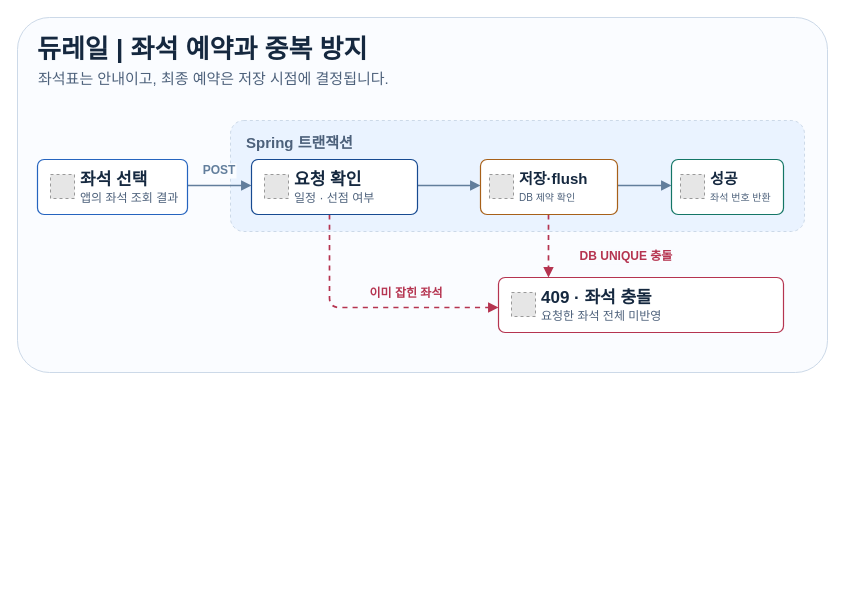
Above: docs/portfolio-readme/assets/readme/korail-reservation.drawio in SOPT-all/38-COLLABORATION-SERVER-KORAILTALK (draw.io), before the change. Source tidied: cells renumbered, new cells numbered last; positions are measured from the earlier drawing's top-left corner, leaving out a move shared by most shapes. Both pictures are drawn from the tidied source at 100%, with x=0, y=0 at pixel (17, 17). Pictures stored in the file or linked from it are replaced by grey dashed boxes.
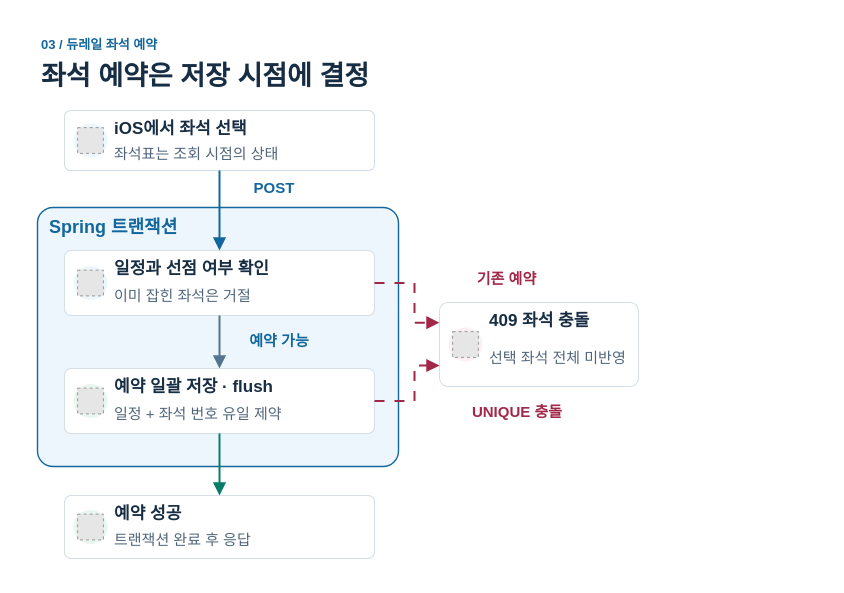
The same page after the edit.

What changed in the source:
```diff
@@
-<mxGraphModel>
+<mxGraphModel background="#FFFFFF">
@@
-    <mxCell id="2" style="rounded=1;arcSize=9;fillColor=#FAFCFF;strokeColor=#CCD9E8;" parent="1" vertex="1">
-      <mxGeometry width="810" height="355" as="geometry" />
-    </mxCell>
-    <mxCell id="3" value="듀레일 | 좌석 예약과 중복 방지" style="text;html=0;align=left;verticalAlign=middle;spacing=0;fontFamily=Apple SD Gothic Neo;fontSize=26;fontStyle=1;fontColor=#15283F;strokeColor=none;fillColor=none;" parent="1" vertex="1">
-      <mxGeometry x="20" y="12" width="770" height="34" as="geometry" />
-    </mxCell>
-    <mxCell id="4" value="좌석표는 안내이고, 최종 예약은 저장 시점에 결정됩니다." style="text;html=0;align=left;verticalAlign=middle;spacing=0;fontFamily=Apple SD Gothic Neo;fontSize=15;fontStyle=0;fontColor=#4D617B;strokeColor=none;fillColor=none;" parent="1" vertex="1">
-      <mxGeometry x="21" y="45" width="768" height="30" as="geometry" />
-    </mxCell>
+    <mxCell id="34" style="shape=rectangle;fillColor=#FFFFFF;strokeColor=none;" parent="1" vertex="1">
+      <mxGeometry width="640" height="559" as="geometry" />
+    </mxCell>
+    <mxCell id="35" value="03  /  듀레일 좌석 예약" style="text;html=0;align=left;verticalAlign=middle;spacing=0;fontFamily=Apple SD Gothic Neo;fontSize=13;fontColor=#14679D;fontStyle=1;fillColor=none;strokeColor=none;whiteSpace=wrap;overflow=visible;" parent="1" vertex="1">
+      <mxGeometry x="24" y="17" width="592" height="20" as="geometry" />
+    </mxCell>
+    <mxCell id="36" value="좌석 예약은 저장 시점에 결정" style="text;html=0;align=left;verticalAlign=middle;spacing=0;fontFamily=Apple SD Gothic Neo;fontSize=27;fontColor=#172D44;fontStyle=1;fillColor=none;strokeColor=none;whiteSpace=wrap;overflow=visible;" parent="1" vertex="1">
+      <mxGeometry x="24" y="41" width="592" height="36" as="geometry" />
+    </mxCell>
+    <mxCell id="37" style="rounded=1;arcSize=10;fillColor=#FFFFFF;strokeColor=#D4DFE7;strokeWidth=1.1;" parent="1" vertex="1">
+      <mxGeometry x="47" y="93" width="310" height="60" as="geometry" />
+    </mxCell>
+    <mxCell id="38" style="ellipse;fillColor=#EDF6FC;strokeColor=none;" parent="1" vertex="1">
+      <mxGeometry x="56" y="106" width="34" height="34" as="geometry" />
+    </mxCell>
+    <mxCell id="39" style="fillColor=#E6E6E6;strokeColor=#999999;dashed=1;" parent="1" vertex="1">
+      <mxGeometry x="60.1" y="110.1" width="25.8" height="25.8" as="geometry" />
+    </mxCell>
+    <mxCell id="40" value="iOS에서 좌석 선택" style="text;html=0;align=left;verticalAlign=middle;spacing=0;fontFamily=Apple SD Gothic Neo;fontSize=17;fontColor=#172D44;fontStyle=1;fillColor=none;strokeColor=none;whiteSpace=wrap;overflow=visible;" parent="1" vertex="1">
+      <mxGeometry x="97" y="100" width="256" height="23" as="geometry" />
+    </mxCell>
+    <mxCell id="41" value="좌석표는 조회 시점의 상태" style="text;html=0;align=left;verticalAlign=middle;spacing=0;fontFamily=Apple SD Gothic Neo;fontSize=15;fontColor=#50657B;fontStyle=0;fillColor=none;strokeColor=none;whiteSpace=wrap;overflow=visible;" parent="1" vertex="1">
+      <mxGeometry x="97" y="122" width="256" height="27" as="geometry" />
+    </mxCell>
-    <mxCell id="5" value="Spring 트랜잭션" style="rounded=1;arcSize=12;dashed=1;fillColor=#EAF3FF;strokeColor=#CCD9E8;fontColor=#4D617B;align=left;verticalAlign=top;spacingLeft=14;spacingTop=7;fontSize=15;fontStyle=1;" parent="1" vertex="1">
-      <mxGeometry x="213" y="103" width="574" height="111" as="geometry" />
+    <mxCell id="5" style="rounded=1;arcSize=6;strokeWidth=1.4;strokeColor=#14679D;fillColor=#EDF6FC;dashed=0;" parent="1" vertex="1">
+      <mxGeometry x="20" y="190" width="361" height="259" as="geometry" />
     </mxCell>
-    <mxCell id="6" style="edgeStyle=segmentEdgeStyle;endArrow=block;endFill=1;rounded=1;strokeWidth=1.7;strokeColor=#627E9C;dashed=0;exitX=1.0000;exitY=0.4727;entryX=0.0000;entryY=0.4727;exitPerimeter=0;entryPerimeter=0;" parent="1" edge="1" source="14" target="18">
-      <mxGeometry relative="1" as="geometry" />
-    </mxCell>
+    <mxCell id="42" value="Spring 트랜잭션" style="text;html=0;align=left;verticalAlign=middle;spacing=0;fontFamily=Apple SD Gothic Neo;fontSize=18;fontColor=#14679D;fontStyle=1;fillColor=none;strokeColor=none;whiteSpace=wrap;overflow=visible;" parent="1" vertex="1">
+      <mxGeometry x="32" y="198" width="337" height="23" as="geometry" />
+    </mxCell>
+    <mxCell id="43" style="rounded=1;arcSize=10;fillColor=#FFFFFF;strokeColor=#D4DFE7;strokeWidth=1.1;" parent="1" vertex="1">
+      <mxGeometry x="47" y="233" width="310" height="65" as="geometry" />
+    </mxCell>
+    <mxCell id="44" style="ellipse;fillColor=#EDF6FC;strokeColor=none;" parent="1" vertex="1">
+      <mxGeometry x="56" y="248.5" width="34" height="34" as="geometry" />
+    </mxCell>
+    <mxCell id="45" style="fillColor=#E6E6E6;strokeColor=#999999;dashed=1;" parent="1" vertex="1">
+      <mxGeometry x="60.1" y="252.6" width="25.8" height="25.8" as="geometry" />
+    </mxCell>
+    <mxCell id="46" value="일정과 선점 여부 확인" style="text;html=0;align=left;verticalAlign=middle;spacing=0;fontFamily=Apple SD Gothic Neo;fontSize=17;fontColor=#172D44;fontStyle=1;fillColor=none;strokeColor=none;whiteSpace=wrap;overflow=visible;" parent="1" vertex="1">
+      <mxGeometry x="97" y="240" width="256" height="23" as="geometry" />
+    </mxCell>
+    <mxCell id="47" value="이미 잡힌 좌석은 거절" style="text;html=0;align=left;verticalAlign=middle;spacing=0;fontFamily=Apple SD Gothic Neo;fontSize=15;fontColor=#50657B;fontStyle=0;fillColor=none;strokeColor=none;whiteSpace=wrap;overflow=visible;" parent="1" vertex="1">
+      <mxGeometry x="97" y="262" width="256" height="32" as="geometry" />
+    </mxCell>
+    <mxCell id="22" style="rounded=1;arcSize=10;fillColor=#FFFFFF;strokeColor=#D4DFE7;strokeWidth=1.1;" parent="1" vertex="1">
+      <mxGeometry x="47" y="351" width="310" height="65" as="geometry" />
+    </mxCell>
+    <mxCell id="48" style="ellipse;fillColor=#E9F6EF;strokeColor=none;" parent="1" vertex="1">
+      <mxGeometry x="56" y="366.5" width="34" height="34" as="geometry" />
+    </mxCell>
+    <mxCell id="49" style="fillColor=#E6E6E6;strokeColor=#999999;dashed=1;" parent="1" vertex="1">
+      <mxGeometry x="60.1" y="370.6" width="25.8" height="25.8" as="geometry" />
+    </mxCell>
+    <mxCell id="50" value="예약 일괄 저장 · flush" style="text;html=0;align=left;verticalAlign=middle;spacing=0;fontFamily=Apple SD Gothic Neo;fontSize=17;fontColor=#172D44;fontStyle=1;fillColor=none;strokeColor=none;whiteSpace=wrap;overflow=visible;" parent="1" vertex="1">
+      <mxGeometry x="97" y="358" width="256" height="23" as="geometry" />
+    </mxCell>
+    <mxCell id="51" value="일정 + 좌석 번호 유일 제약" style="text;html=0;align=left;verticalAlign=middle;spacing=0;fontFamily=Apple SD Gothic Neo;fontSize=15;fontColor=#50657B;fontStyle=0;fillColor=none;strokeColor=none;whiteSpace=wrap;overflow=visible;" parent="1" vertex="1">
+      <mxGeometry x="97" y="380" width="256" height="32" as="geometry" />
+    </mxCell>
+    <mxCell id="52" style="rounded=1;arcSize=10;fillColor=#FFFFFF;strokeColor=#D4DFE7;strokeWidth=1.1;" parent="1" vertex="1">
+      <mxGeometry x="422" y="285" width="199" height="84" as="geometry" />
+    </mxCell>
+    <mxCell id="53" style="ellipse;fillColor=#FCEFF3;strokeColor=none;" parent="1" vertex="1">
+      <mxGeometry x="431" y="310" width="34" height="34" as="geometry" />
+    </mxCell>
+    <mxCell id="54" style="fillColor=#E6E6E6;strokeColor=#999999;dashed=1;" parent="1" vertex="1">
+      <mxGeometry x="435.1" y="314.1" width="25.8" height="25.8" as="geometry" />
+    </mxCell>
+    <mxCell id="55" value="409  좌석 충돌" style="text;html=0;align=left;verticalAlign=middle;spacing=0;fontFamily=Apple SD Gothic Neo;fontSize=17;fontColor=#172D44;fontStyle=1;fillColor=none;strokeColor=none;whiteSpace=wrap;overflow=visible;" parent="1" vertex="1">
+      <mxGeometry x="472" y="292" width="145" height="23" as="geometry" />
+    </mxCell>
+    <mxCell id="56" value="선택 좌석 전체 미반영" style="text;html=0;align=left;verticalAlign=middle;spacing=0;fontFamily=Apple SD Gothic Neo;fontSize=15;fontColor=#50657B;fontStyle=0;fillColor=none;strokeColor=none;whiteSpace=wrap;overflow=visible;" parent="1" vertex="1">
+      <mxGeometry x="472" y="314" width="145" height="51" as="geometry" />
+    </mxCell>
+    <mxCell id="57" style="rounded=1;arcSize=10;fillColor=#FFFFFF;strokeColor=#D4DFE7;strokeWidth=1.1;" parent="1" vertex="1">
+      <mxGeometry x="47" y="478" width="310" height="63" as="geometry" />
+    </mxCell>
+    <mxCell id="58" style="ellipse;fillColor=#E9F6EF;strokeColor=none;" parent="1" vertex="1">
+      <mxGeometry x="56" y="492.5" width="34" height="34" as="geometry" />
+    </mxCell>
+    <mxCell id="59" style="fillColor=#E6E6E6;strokeColor=#999999;dashed=1;" parent="1" vertex="1">
+      <mxGeometry x="60.1" y="496.6" width="25.8" height="25.8" as="geometry" />
+    </mxCell>
+    <mxCell id="60" value="예약 성공" style="text;html=0;align=left;verticalAlign=middle;spacing=0;fontFamily=Apple SD Gothic Neo;fontSize=17;fontColor=#172D44;fontStyle=1;fillColor=none;strokeColor=none;whiteSpace=wrap;overflow=visible;" parent="1" vertex="1">
+      <mxGeometry x="97" y="485" width="256" height="23" as="geometry" />
+    </mxCell>
+    <mxCell id="61" value="트랜잭션 완료 후 응답" style="text;html=0;align=left;verticalAlign=middle;spacing=0;fontFamily=Apple SD Gothic Neo;fontSize=15;fontColor=#50657B;fontStyle=0;fillColor=none;strokeColor=none;whiteSpace=wrap;overflow=visible;" parent="1" vertex="1">
+      <mxGeometry x="97" y="507" width="256" height="30" as="geometry" />
+    </mxCell>
+    <mxCell id="62" style="edgeStyle=orthogonalEdgeStyle;rounded=0;html=0;strokeColor=#14679D;strokeWidth=2;endArrow=block;endFill=1;endSize=8;dashed=0;dashPattern=5 5;exitX=0.5;exitY=1;entryX=0.5;entryY=0;exitPerimeter=0;entryPerimeter=0;" parent="1" edge="1" source="37" target="43">
+      <mxGeometry relative="1" as="geometry" />
+    </mxCell>
-    <mxCell id="7" value="POST" style="text;html=0;align=center;verticalAlign=middle;spacing=0;fontFamily=Apple SD Gothic Neo;fontSize=12;fontStyle=1;fontColor=#627E9C;strokeColor=none;fillColor=none;labelBackgroundColor=#FAFCFF;" parent="1" vertex="1">
-      <mxGeometry x="157" y="143" width="90" height="18" as="geometry" />
+    <mxCell id="7" value="POST" style="text;html=0;align=center;verticalAlign=middle;spacing=0;fontFamily=Apple SD Gothic Neo;fontSize=15;fontColor=#14679D;fontStyle=1;fillColor=#FFFFFF;strokeColor=none;whiteSpace=wrap;overflow=visible;" parent="1" vertex="1">
+      <mxGeometry x="212" y="159" width="90" height="21" as="geometry" />
     </mxCell>
-    <mxCell id="8" style="edgeStyle=segmentEdgeStyle;endArrow=block;endFill=1;rounded=1;strokeWidth=1.7;strokeColor=#627E9C;dashed=0;exitX=1.0000;exitY=0.4727;entryX=0.0000;entryY=0.4727;exitPerimeter=0;entryPerimeter=0;" parent="1" edge="1" source="18" target="22">
-      <mxGeometry relative="1" as="geometry" />
-    </mxCell>
-    <mxCell id="9" style="edgeStyle=segmentEdgeStyle;endArrow=block;endFill=1;rounded=1;strokeWidth=1.7;strokeColor=#627E9C;dashed=0;exitX=1.0000;exitY=0.4727;entryX=0.0000;entryY=0.4727;exitPerimeter=0;entryPerimeter=0;" parent="1" edge="1" source="22" target="26">
-      <mxGeometry relative="1" as="geometry" />
-    </mxCell>
-    <mxCell id="10" style="edgeStyle=segmentEdgeStyle;endArrow=block;endFill=1;rounded=1;strokeWidth=1.7;strokeColor=#B53450;dashed=1;exitX=0.4699;exitY=1.0000;entryX=0.0000;entryY=0.5455;exitPerimeter=0;entryPerimeter=0;" parent="1" edge="1" source="18" target="30">
-      <mxGeometry relative="1" as="geometry">
-        <Array as="points">
-          <mxPoint x="312" y="290" />
-        </Array>
-      </mxGeometry>
-    </mxCell>
-    <mxCell id="11" value="이미 잡힌 좌석" style="text;html=0;align=center;verticalAlign=middle;spacing=0;fontFamily=Apple SD Gothic Neo;fontSize=12;fontStyle=1;fontColor=#B53450;strokeColor=none;fillColor=none;labelBackgroundColor=#FAFCFF;" parent="1" vertex="1">
-      <mxGeometry x="344" y="266" width="90" height="18" as="geometry" />
-    </mxCell>
-    <mxCell id="12" style="edgeStyle=segmentEdgeStyle;endArrow=block;endFill=1;rounded=1;strokeWidth=1.7;strokeColor=#B53450;dashed=1;exitX=0.4964;exitY=1.0000;entryX=0.1754;entryY=0.0000;exitPerimeter=0;entryPerimeter=0;" parent="1" edge="1" source="22" target="30">
-      <mxGeometry relative="1" as="geometry" />
-    </mxCell>
-    <mxCell id="13" value="DB UNIQUE 충돌" style="text;html=0;align=center;verticalAlign=middle;spacing=0;fontFamily=Apple SD Gothic Neo;fontSize=12;fontStyle=1;fontColor=#B53450;strokeColor=none;fillColor=none;labelBackgroundColor=#FAFCFF;" parent="1" vertex="1">
-      <mxGeometry x="564" y="229" width="90" height="18" as="geometry" />
-    </mxCell>
-    <mxCell id="14" style="rounded=1;arcSize=12;fillColor=#FFFFFF;strokeColor=#2564BF;strokeWidth=1.2;" parent="1" vertex="1">
-      <mxGeometry x="20" y="142" width="150" height="55" as="geometry" />
-    </mxCell>
-    <mxCell id="15" style="fillColor=#E6E6E6;strokeColor=#999999;dashed=1;" parent="14" vertex="1">
-      <mxGeometry x="13" y="15" width="24" height="24" as="geometry" />
-    </mxCell>
-    <mxCell id="16" value="좌석 선택" style="text;html=0;align=left;verticalAlign=middle;spacing=0;fontFamily=Apple SD Gothic Neo;fontSize=17;fontStyle=1;fontColor=#15283F;strokeColor=none;fillColor=none;" parent="14" vertex="1">
-      <mxGeometry x="43" y="5" width="97" height="26" as="geometry" />
-    </mxCell>
-    <mxCell id="17" value="앱의 좌석 조회 결과" style="text;html=0;align=left;verticalAlign=middle;spacing=0;fontFamily=Apple SD Gothic Neo;fontSize=12;fontStyle=0;fontColor=#4D617B;strokeColor=none;fillColor=none;" parent="14" vertex="1">
-      <mxGeometry x="43" y="28" width="97" height="20" as="geometry" />
-    </mxCell>
-    <mxCell id="18" style="rounded=1;arcSize=12;fillColor=#FFFFFF;strokeColor=#174A91;strokeWidth=1.2;" parent="1" vertex="1">
-      <mxGeometry x="234" y="142" width="166" height="55" as="geometry" />
-    </mxCell>
-    <mxCell id="19" style="fillColor=#E6E6E6;strokeColor=#999999;dashed=1;" parent="18" vertex="1">
-      <mxGeometry x="13" y="15" width="24" height="24" as="geometry" />
-    </mxCell>
-    <mxCell id="20" value="요청 확인" style="text;html=0;align=left;verticalAlign=middle;spacing=0;fontFamily=Apple SD Gothic Neo;fontSize=17;fontStyle=1;fontColor=#15283F;strokeColor=none;fillColor=none;" parent="18" vertex="1">
-      <mxGeometry x="43" y="5" width="113" height="26" as="geometry" />
-    </mxCell>
-    <mxCell id="21" value="일정 · 선점 여부" style="text;html=0;align=left;verticalAlign=middle;spacing=0;fontFamily=Apple SD Gothic Neo;fontSize=12;fontStyle=0;fontColor=#4D617B;strokeColor=none;fillColor=none;" parent="18" vertex="1">
-      <mxGeometry x="43" y="28" width="113" height="20" as="geometry" />
-    </mxCell>
-    <mxCell id="22" style="rounded=1;arcSize=12;fillColor=#FFFFFF;strokeColor=#A76019;strokeWidth=1.2;" parent="1" vertex="1">
-      <mxGeometry x="463" y="142" width="137" height="55" as="geometry" />
-    </mxCell>
-    <mxCell id="23" style="fillColor=#E6E6E6;strokeColor=#999999;dashed=1;" parent="22" vertex="1">
-      <mxGeometry x="9" y="15" width="24" height="24" as="geometry" />
-    </mxCell>
-    <mxCell id="24" value="저장·flush" style="text;html=0;align=left;verticalAlign=middle;spacing=0;fontFamily=Apple SD Gothic Neo;fontSize=15;fontStyle=1;fontColor=#15283F;strokeColor=none;fillColor=none;" parent="22" vertex="1">
-      <mxGeometry x="39" y="5" width="88" height="26" as="geometry" />
-    </mxCell>
-    <mxCell id="25" value="DB 제약 확인" style="text;html=0;align=left;verticalAlign=middle;spacing=0;fontFamily=Apple SD Gothic Neo;fontSize=10;fontStyle=0;fontColor=#4D617B;strokeColor=none;fillColor=none;" parent="22" vertex="1">
-      <mxGeometry x="39" y="28" width="88" height="20" as="geometry" />
-    </mxCell>
-    <mxCell id="26" style="rounded=1;arcSize=12;fillColor=#FFFFFF;strokeColor=#147666;strokeWidth=1.2;" parent="1" vertex="1">
-      <mxGeometry x="654" y="142" width="112" height="55" as="geometry" />
-    </mxCell>
-    <mxCell id="27" style="fillColor=#E6E6E6;strokeColor=#999999;dashed=1;" parent="26" vertex="1">
-      <mxGeometry x="9" y="15" width="24" height="24" as="geometry" />
-    </mxCell>
-    <mxCell id="28" value="성공" style="text;html=0;align=left;verticalAlign=middle;spacing=0;fontFamily=Apple SD Gothic Neo;fontSize=15;fontStyle=1;fontColor=#15283F;strokeColor=none;fillColor=none;" parent="26" vertex="1">
-      <mxGeometry x="39" y="5" width="63" height="26" as="geometry" />
-    </mxCell>
-    <mxCell id="29" value="좌석 번호 반환" style="text;html=0;align=left;verticalAlign=middle;spacing=0;fontFamily=Apple SD Gothic Neo;fontSize=10;fontStyle=0;fontColor=#4D617B;strokeColor=none;fillColor=none;" parent="26" vertex="1">
-      <mxGeometry x="39" y="28" width="63" height="20" as="geometry" />
-    </mxCell>
-    <mxCell id="30" style="rounded=1;arcSize=12;fillColor=#FFFFFF;strokeColor=#B53450;strokeWidth=1.2;" parent="1" vertex="1">
-      <mxGeometry x="481" y="260" width="285" height="55" as="geometry" />
-    </mxCell>
-    <mxCell id="31" style="fillColor=#E6E6E6;strokeColor=#999999;dashed=1;" parent="30" vertex="1">
-      <mxGeometry x="13" y="15" width="24" height="24" as="geometry" />
-    </mxCell>
-    <mxCell id="32" value="409 · 좌석 충돌" style="text;html=0;align=left;verticalAlign=middle;spacing=0;fontFamily=Apple SD Gothic Neo;fontSize=17;fontStyle=1;fontColor=#15283F;strokeColor=none;fillColor=none;" parent="30" vertex="1">
-      <mxGeometry x="43" y="5" width="232" height="26" as="geometry" />
-    </mxCell>
-    <mxCell id="33" value="요청한 좌석 전체 미반영" style="text;html=0;align=left;verticalAlign=middle;spacing=0;fontFamily=Apple SD Gothic Neo;fontSize=12;fontStyle=0;fontColor=#4D617B;strokeColor=none;fillColor=none;" parent="30" vertex="1">
-      <mxGeometry x="43" y="28" width="232" height="20" as="geometry" />
-    </mxCell>
+    <mxCell id="63" style="edgeStyle=orthogonalEdgeStyle;rounded=0;html=0;strokeColor=#54758F;strokeWidth=2;endArrow=block;endFill=1;endSize=8;dashed=0;dashPattern=5 5;exitX=0.5;exitY=1;entryX=0.5;entryY=0;exitPerimeter=0;entryPerimeter=0;" parent="1" edge="1" source="43" target="22">
+      <mxGeometry relative="1" as="geometry" />
+    </mxCell>
+    <mxCell id="64" value="예약 가능" style="text;html=0;align=center;verticalAlign=middle;spacing=0;fontFamily=Apple SD Gothic Neo;fontSize=15;fontColor=#14679D;fontStyle=1;fillColor=#EDF6FC;strokeColor=none;whiteSpace=wrap;overflow=visible;" parent="1" vertex="1">
+      <mxGeometry x="211" y="312" width="102" height="21" as="geometry" />
+    </mxCell>
+    <mxCell id="65" style="edgeStyle=orthogonalEdgeStyle;rounded=0;html=0;strokeColor=#087D68;strokeWidth=2;endArrow=block;endFill=1;endSize=8;dashed=0;dashPattern=5 5;exitX=0.5;exitY=1;entryX=0.5;entryY=0;exitPerimeter=0;entryPerimeter=0;" parent="1" edge="1" source="22" target="57">
+      <mxGeometry relative="1" as="geometry" />
+    </mxCell>
+    <mxCell id="66" style="edgeStyle=orthogonalEdgeStyle;rounded=0;html=0;strokeColor=#A12849;strokeWidth=2;endArrow=block;endFill=1;endSize=8;dashed=1;dashPattern=5 5;exitX=1;exitY=0.5;entryX=0;entryY=0.24;exitPerimeter=0;entryPerimeter=0;" parent="1" edge="1" source="43" target="52">
+      <mxGeometry relative="1" as="geometry">
+        <Array as="points">
+          <mxPoint x="397" y="265" />
+          <mxPoint x="397" y="305" />
+        </Array>
+      </mxGeometry>
+    </mxCell>
+    <mxCell id="67" style="edgeStyle=orthogonalEdgeStyle;rounded=0;html=0;strokeColor=#A12849;strokeWidth=2;endArrow=block;endFill=1;endSize=8;dashed=1;dashPattern=5 5;exitX=1;exitY=0.5;entryX=0;entryY=0.75;exitPerimeter=0;entryPerimeter=0;" parent="1" edge="1" source="22" target="52">
+      <mxGeometry relative="1" as="geometry">
+        <Array as="points">
+          <mxPoint x="397" y="383" />
+          <mxPoint x="397" y="348" />
+        </Array>
+      </mxGeometry>
+    </mxCell>
+    <mxCell id="68" value="기존 예약" style="text;html=0;align=center;verticalAlign=middle;spacing=0;fontFamily=Apple SD Gothic Neo;fontSize=15;fontColor=#A12849;fontStyle=1;fillColor=#FFFFFF;strokeColor=none;whiteSpace=wrap;overflow=visible;" parent="1" vertex="1">
+      <mxGeometry x="425" y="250" width="129" height="21" as="geometry" />
+    </mxCell>
+    <mxCell id="69" value="UNIQUE 충돌" style="text;html=0;align=center;verticalAlign=middle;spacing=0;fontFamily=Apple SD Gothic Neo;fontSize=15;fontColor=#A12849;fontStyle=1;fillColor=#FFFFFF;strokeColor=none;whiteSpace=wrap;overflow=visible;" parent="1" vertex="1">
+      <mxGeometry x="425" y="383" width="150" height="21" as="geometry" />
+    </mxCell>
```
